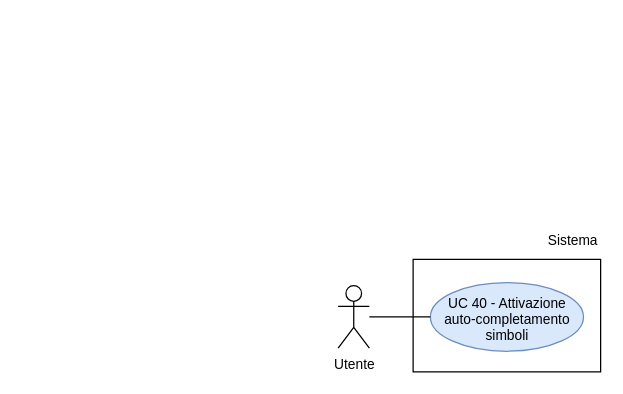
thebitless-group-swe/thebitless.github.io keeps this draw.io diagram as RTB/doc_esterna/analisi-dei-requisiti/assets/draw.io/UC40.drawio. Above is the earlier version. Source tidied: cells renumbered, new cells numbered last; positions are measured from the earlier drawing's top-left corner, leaving out a move shared by most shapes. Both pictures are drawn from the tidied source at 125%, with x=0, y=0 at pixel (338, 221).
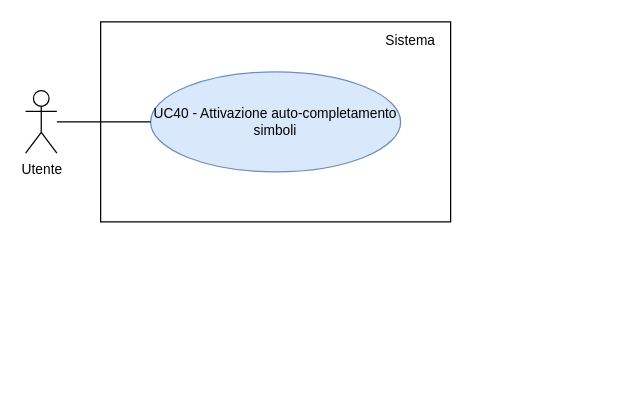
The same diagram, later.

Change to the diagram source:
```diff
@@
 <mxGraphModel>
   <root>
     <mxCell id="0" />
     <mxCell id="1" parent="0" />
     <mxCell id="2" value="Utente" style="shape=umlActor;verticalLabelPosition=bottom;verticalAlign=top;html=1;outlineConnect=0;fontSize=11;" parent="1" vertex="1">
-      <mxGeometry y="51" width="25" height="50" as="geometry" />
+      <mxGeometry x="-250" y="-105" width="25" height="50" as="geometry" />
     </mxCell>
-    <mxCell id="3" style="rounded=0;whiteSpace=wrap;html=1;strokeWidth=1;" parent="1" vertex="1">
-      <mxGeometry x="60" y="30" width="150" height="90" as="geometry" />
-    </mxCell>
+    <mxCell id="8" style="rounded=0;whiteSpace=wrap;html=1;strokeWidth=1;" parent="1" vertex="1">
+      <mxGeometry x="-190" y="-160" width="280" height="160" as="geometry" />
+    </mxCell>
     <mxCell id="4" value="Sistema" style="text;html=1;whiteSpace=wrap;strokeColor=none;fillColor=none;align=right;verticalAlign=middle;fontSize=11;" parent="1" vertex="1">
-      <mxGeometry x="150" width="60" height="30" as="geometry" />
+      <mxGeometry x="10" y="-155" width="70" height="20" as="geometry" />
     </mxCell>
-    <mxCell id="5" value="UC 40 - Attivazione auto-completamento simboli" style="ellipse;whiteSpace=wrap;html=1;fillColor=#dae8fc;strokeColor=#6c8ebf;fontSize=11;spacingBottom=-4;" parent="1" vertex="1">
-      <mxGeometry x="73.8" y="48.5" width="122.5" height="55" as="geometry" />
-    </mxCell>
-    <mxCell id="6" style="edgeStyle=none;rounded=0;jettySize=auto;html=1;endArrow=none;endFill=0;" parent="1" edge="1" source="2" target="5">
-      <mxGeometry relative="1" as="geometry" />
-    </mxCell>
-    <mxCell id="7" style="edgeStyle=orthogonalEdgeStyle;rounded=0;orthogonalLoop=1;jettySize=auto;html=1;exitX=0.5;exitY=1;exitDx=0;exitDy=0;" parent="1" edge="1" source="4" target="4">
-      <mxGeometry relative="1" as="geometry" />
-    </mxCell>
+    <mxCell id="9" value="UC40 - Attivazione auto-completamento simboli" style="ellipse;whiteSpace=wrap;html=1;fillColor=#dae8fc;strokeColor=#6c8ebf;fontSize=11;" parent="1" vertex="1">
+      <mxGeometry x="-150" y="-120" width="200" height="80" as="geometry" />
+    </mxCell>
+    <mxCell id="10" style="edgeStyle=none;rounded=0;jettySize=auto;html=1;endArrow=none;endFill=0;" parent="1" edge="1" source="2" target="9">
+      <mxGeometry relative="1" as="geometry" />
+    </mxCell>
   </root>
 </mxGraphModel>
```
